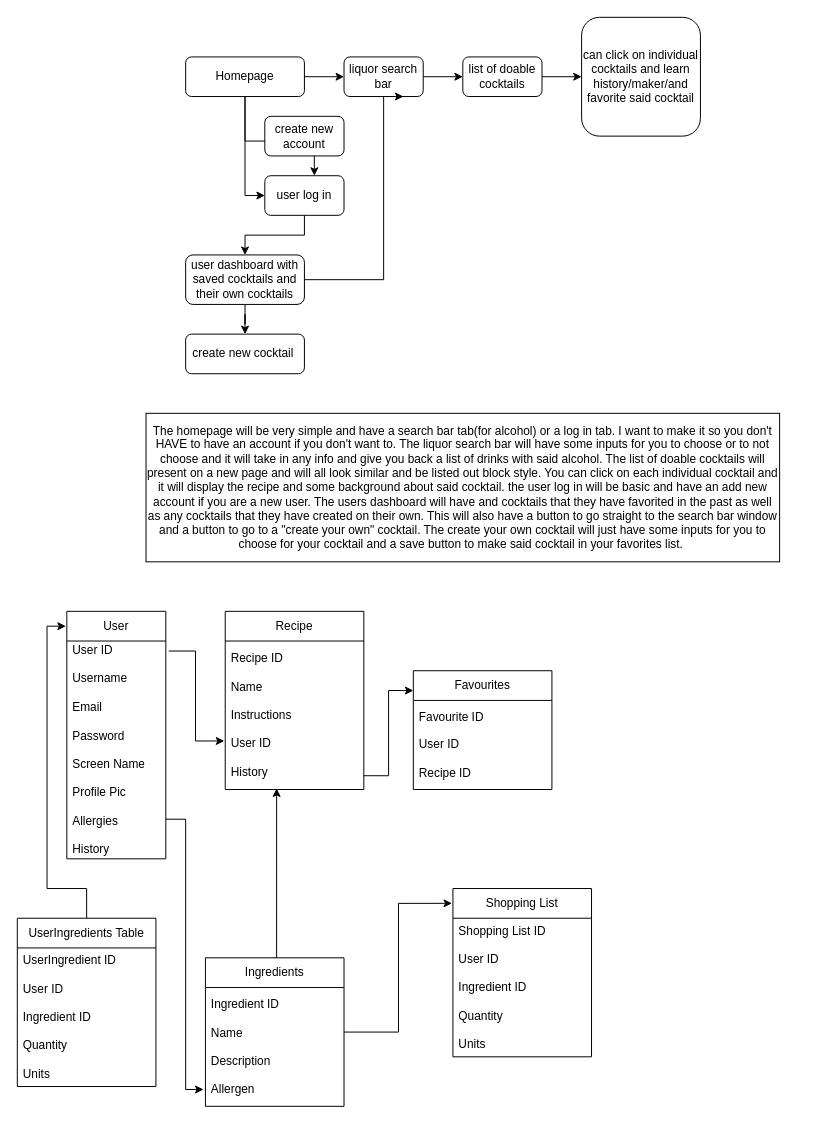
This is Untitled Diagram.drawio from cowman166/diagram, a draw.io file, before an edit. Source tidied: cells renumbered, new cells numbered last; positions are measured from the earlier drawing's top-left corner, leaving out a move shared by most shapes. Both pictures are drawn from the tidied source at 99%, with x=0, y=0 at pixel (17, 17).
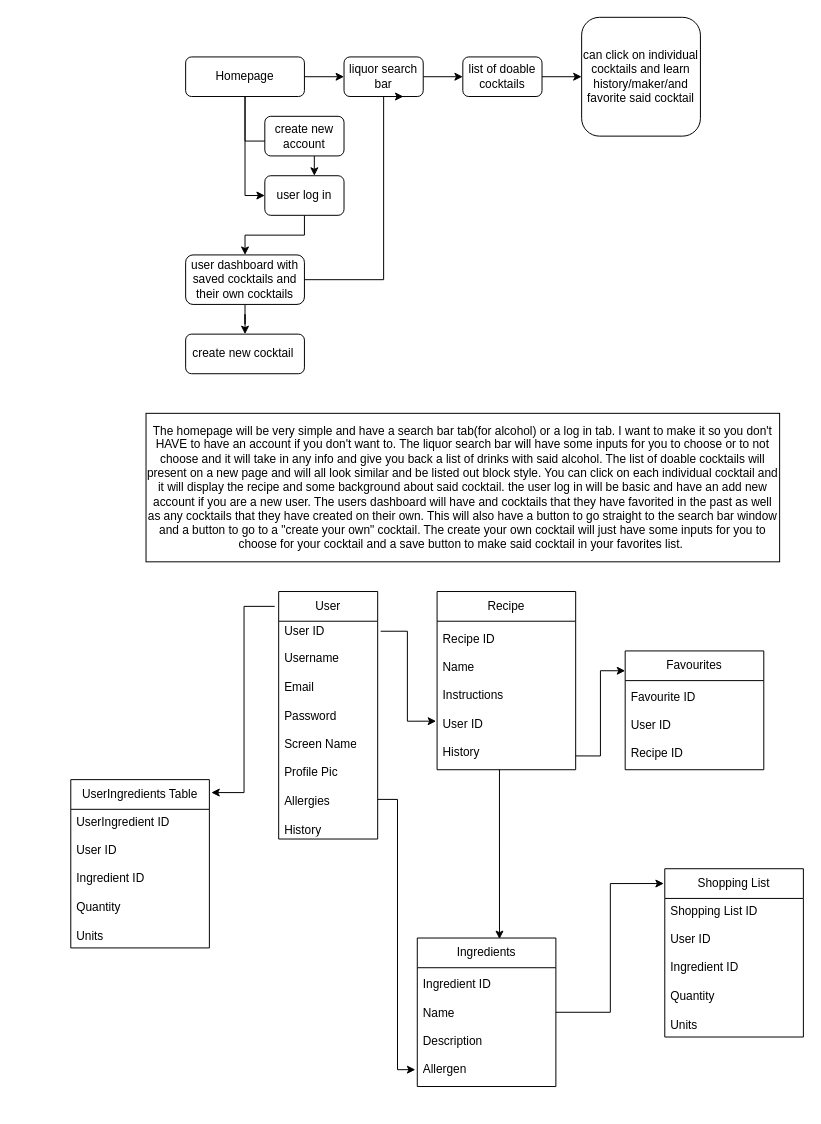
The same page after the edit.

The change refers to these unchanged cells:
```xml
<mxCell id="24" value="Recipe ID&lt;div&gt;&lt;br&gt;&lt;/div&gt;&lt;div&gt;Name&lt;/div&gt;&lt;div&gt;&lt;br&gt;&lt;/div&gt;&lt;div&gt;Instructions&lt;/div&gt;&lt;div&gt;&lt;br&gt;&lt;/div&gt;&lt;div&gt;User ID&lt;/div&gt;&lt;div&gt;&lt;br&gt;&lt;/div&gt;&lt;div&gt;History&lt;/div&gt;" style="text;strokeColor=none;fillColor=none;align=left;verticalAlign=middle;spacingLeft=4;spacingRight=4;overflow=hidden;points=[[0,0.5],[1,0.5]];portConstraint=eastwest;whiteSpace=wrap;html=1;" parent="23" vertex="1">
  <mxGeometry y="30" width="140" height="150" as="geometry" />
</mxCell>
```

The edit, as a diff of the source:
```diff
@@
-    <mxCell id="19" style="edgeStyle=orthogonalEdgeStyle;rounded=0;jettySize=auto;html=1;exitX=0.5;exitY=0;exitDx=0;exitDy=0;entryX=0.371;entryY=0.993;entryDx=0;entryDy=0;entryPerimeter=0;" parent="1" edge="1" source="21" target="24">
-      <mxGeometry relative="1" as="geometry">
-        <Array as="points">
-          <mxPoint x="262" y="950" />
-        </Array>
-      </mxGeometry>
+    <mxCell id="19" style="edgeStyle=orthogonalEdgeStyle;rounded=0;jettySize=auto;html=1;entryX=0.593;entryY=0.007;entryDx=0;entryDy=0;exitX=0.45;exitY=1;exitDx=0;exitDy=0;exitPerimeter=0;entryPerimeter=0;" parent="1" edge="1" source="24" target="21">
+      <mxGeometry relative="1" as="geometry" />
     </mxCell>
@@
     <mxCell id="21" value="Ingredients" style="swimlane;fontStyle=0;horizontal=1;startSize=30;whiteSpace=wrap;html=1;" parent="1" vertex="1">
-      <mxGeometry x="190" y="950" width="140" height="150" as="geometry" />
+      <mxGeometry x="404" y="930" width="140" height="150" as="geometry" />
     </mxCell>
@@
     <mxCell id="23" value="Recipe" style="swimlane;fontStyle=0;horizontal=1;startSize=30;whiteSpace=wrap;html=1;" parent="1" vertex="1">
-      <mxGeometry x="210" y="600" width="140" height="180" as="geometry" />
+      <mxGeometry x="424" y="580" width="140" height="180" as="geometry" />
     </mxCell>
@@
     <mxCell id="25" value="Favourites" style="swimlane;fontStyle=0;horizontal=1;startSize=30;whiteSpace=wrap;html=1;" parent="1" vertex="1">
-      <mxGeometry x="400" y="660" width="140" height="120" as="geometry" />
+      <mxGeometry x="614" y="640" width="140" height="120" as="geometry" />
     </mxCell>
@@
     <mxCell id="27" value="User" style="swimlane;fontStyle=0;horizontal=1;startSize=30;whiteSpace=wrap;html=1;" parent="1" vertex="1">
-      <mxGeometry x="50" y="600" width="100" height="250" as="geometry" />
+      <mxGeometry x="264" y="580" width="100" height="250" as="geometry" />
     </mxCell>
@@
-    <mxCell id="29" style="edgeStyle=orthogonalEdgeStyle;rounded=0;jettySize=auto;html=1;entryX=-0.01;entryY=0.06;entryDx=0;entryDy=0;entryPerimeter=0;" parent="1" edge="1" source="30" target="27">
-      <mxGeometry relative="1" as="geometry" />
-    </mxCell>
     <mxCell id="30" value="UserIngredients Table" style="swimlane;fontStyle=0;horizontal=1;startSize=30;whiteSpace=wrap;html=1;" parent="1" vertex="1">
-      <mxGeometry y="910" width="140" height="170" as="geometry" />
+      <mxGeometry x="54" y="770" width="140" height="170" as="geometry" />
     </mxCell>
@@
     <mxCell id="32" value="Shopping List" style="swimlane;fontStyle=0;horizontal=1;startSize=30;whiteSpace=wrap;html=1;" parent="1" vertex="1">
-      <mxGeometry x="440" y="880" width="140" height="170" as="geometry" />
+      <mxGeometry x="654" y="860" width="140" height="170" as="geometry" />
     </mxCell>
@@
+    <mxCell id="37" style="edgeStyle=orthogonalEdgeStyle;rounded=0;jettySize=auto;html=1;exitX=-0.04;exitY=0.06;exitDx=0;exitDy=0;entryX=1.014;entryY=0.077;entryDx=0;entryDy=0;entryPerimeter=0;exitPerimeter=0;" parent="1" edge="1" source="27" target="30">
+      <mxGeometry relative="1" as="geometry" />
+    </mxCell>
```
